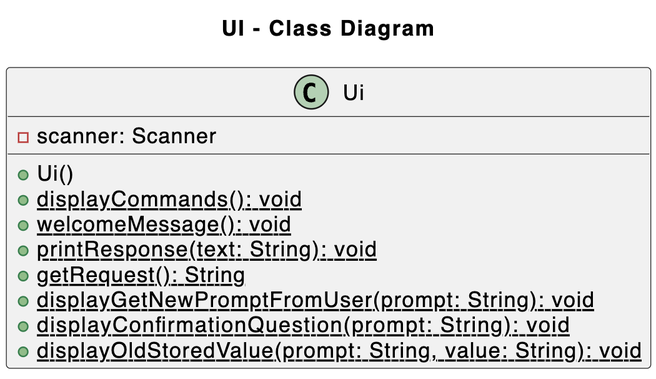
Earlier version of the PlantUML export docs/diagrams/UIClassDiagram.png (raneeng/tp). Its source is kept beside it as docs/diagrams/UiClassDiagram.puml.
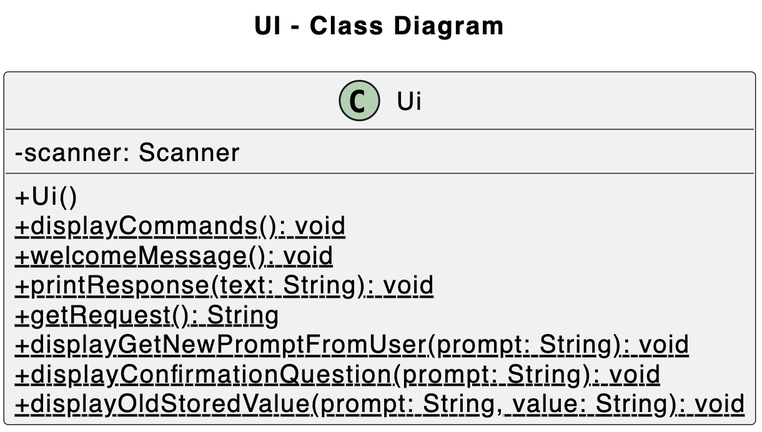
Later version of the same file.

Commit message:
Update the UI's class diagram

Change to the diagram source:
```diff
@@ -1,5 +1,6 @@
 @startuml
-!include docs/diagrams/Style.puml
+skinparam classAttributeIconSize 0
+
 title UI - Class Diagram
 class Ui {
     - scanner: Scanner
```
